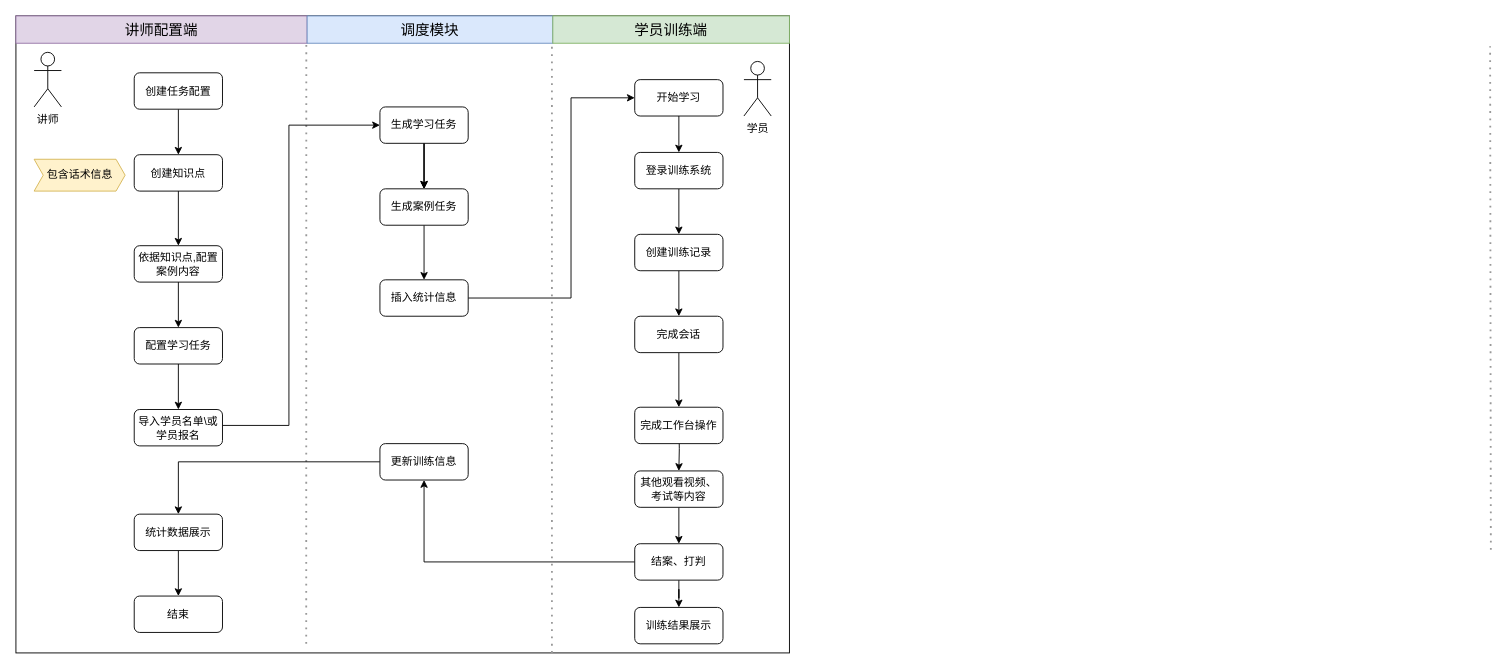
Above: 核心链路流程图.drawio in cgshao02/graduation_picture (draw.io), before the change. Source tidied: cells renumbered, new cells numbered last; positions are measured from the earlier drawing's top-left corner, leaving out a move shared by most shapes. Both pictures are drawn from the tidied source at 91%, with x=0, y=0 at pixel (15, 15).
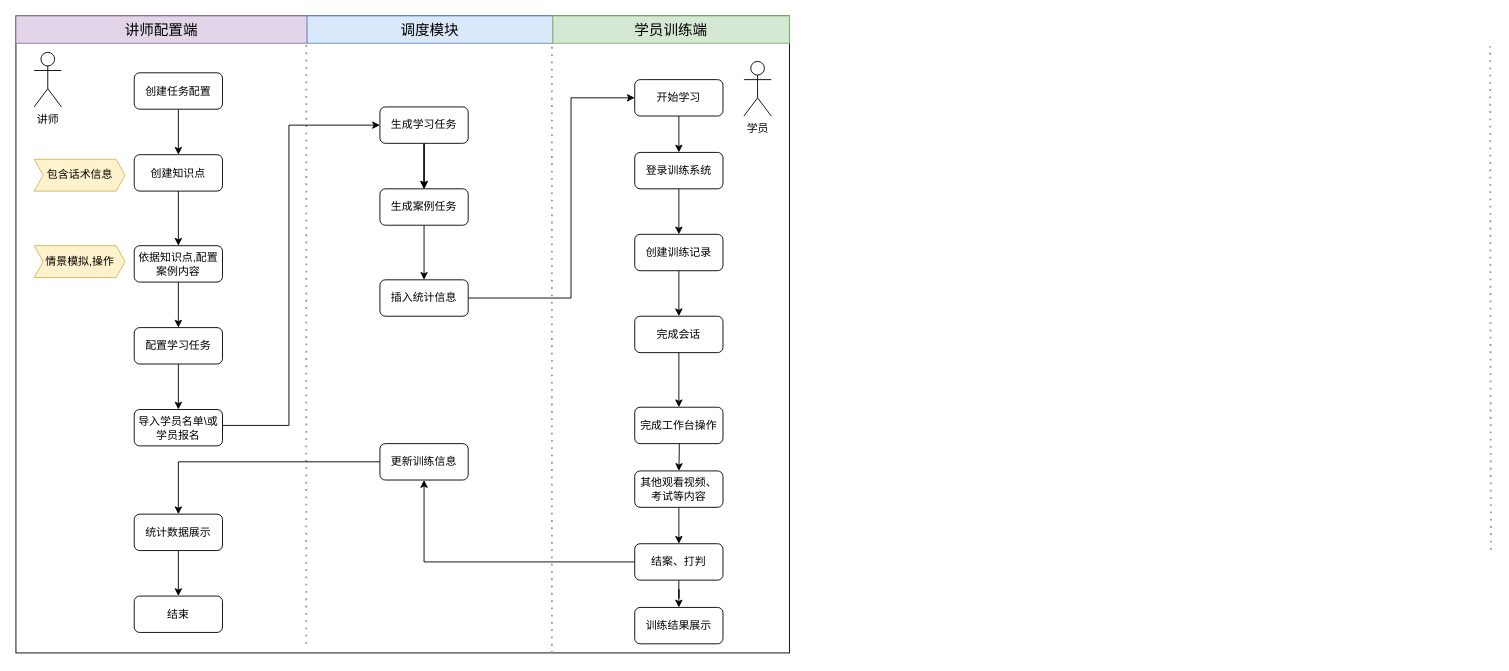
The same diagram, later.

Commit message:
更新核心链路流程图.drawio

Diff of the diagram source:
```diff
@@
+    <mxCell id="52" value="情景模拟,操作" style="html=1;shadow=0;dashed=0;align=center;verticalAlign=middle;shape=mxgraph.arrows2.arrow;dy=0;dx=10;notch=10;rotation=0;fillColor=#fff2cc;strokeColor=#d6b656;" parent="1" vertex="1">
+      <mxGeometry x="20" y="252.5" width="100" height="35" as="geometry" />
+    </mxCell>
```
